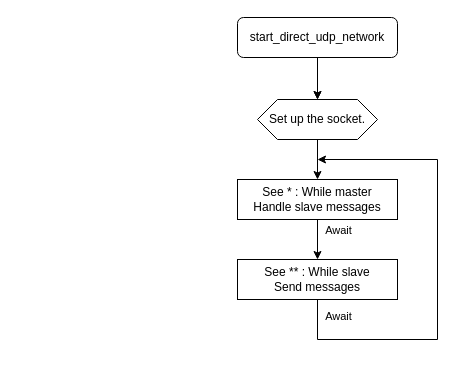
Adriaeik/TTK4145-Prosjekt-AIS keeps this draw.io diagram as page "UDP_direct" (4 of 11) of elevator_pro_rebrand/Flowcharts/elevatorpro.drawio. Above is the earlier version. Source tidied: cells renumbered, new cells numbered last; positions are measured from the earlier drawing's top-left corner, leaving out a move shared by most shapes. Both pictures are drawn from the tidied source at 100%, with x=0, y=0 at pixel (237, 17).
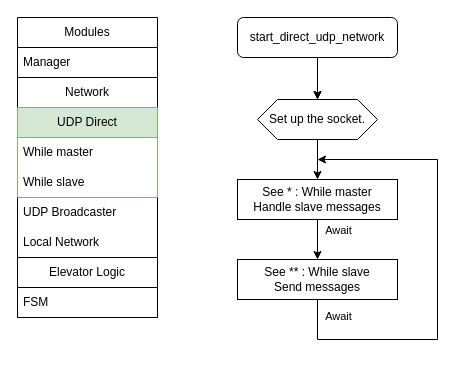
After the change.

The edit, as a diff of the source:
```diff
@@
+    <mxCell id="13" value="Modules" style="swimlane;fontStyle=0;horizontal=1;startSize=30;whiteSpace=wrap;html=1;" parent="1" vertex="1">
+      <mxGeometry x="-220" width="140" height="300" as="geometry" />
+    </mxCell>
+    <mxCell id="14" value="Manager" style="text;strokeColor=none;fillColor=none;align=left;verticalAlign=middle;spacingLeft=4;spacingRight=4;overflow=hidden;whiteSpace=wrap;html=1;" parent="13" vertex="1">
+      <mxGeometry y="30" width="140" height="30" as="geometry" />
+    </mxCell>
+    <mxCell id="15" value="Network" style="swimlane;fontStyle=0;horizontal=1;startSize=30;whiteSpace=wrap;html=1;" parent="13" vertex="1">
+      <mxGeometry y="60" width="140" height="180" as="geometry" />
+    </mxCell>
+    <mxCell id="16" value="UDP Direct" style="swimlane;fontStyle=0;horizontal=1;startSize=30;whiteSpace=wrap;html=1;fillColor=#d5e8d4;strokeColor=#82b366;" parent="15" vertex="1">
+      <mxGeometry y="30" width="140" height="90" as="geometry" />
+    </mxCell>
+    <mxCell id="17" value="While master" style="text;strokeColor=none;fillColor=none;align=left;verticalAlign=middle;spacingLeft=4;spacingRight=4;overflow=hidden;whiteSpace=wrap;html=1;" parent="16" vertex="1">
+      <mxGeometry y="30" width="140" height="30" as="geometry" />
+    </mxCell>
+    <mxCell id="18" value="While slave" style="text;strokeColor=none;fillColor=none;align=left;verticalAlign=middle;spacingLeft=4;spacingRight=4;overflow=hidden;whiteSpace=wrap;html=1;" parent="16" vertex="1">
+      <mxGeometry y="60" width="140" height="30" as="geometry" />
+    </mxCell>
+    <mxCell id="19" value="UDP Broadcaster" style="text;strokeColor=none;fillColor=none;align=left;verticalAlign=middle;spacingLeft=4;spacingRight=4;overflow=hidden;whiteSpace=wrap;html=1;" parent="15" vertex="1">
+      <mxGeometry y="120" width="140" height="30" as="geometry" />
+    </mxCell>
+    <mxCell id="20" value="Local Network" style="text;strokeColor=none;fillColor=none;align=left;verticalAlign=middle;spacingLeft=4;spacingRight=4;overflow=hidden;whiteSpace=wrap;html=1;" parent="15" vertex="1">
+      <mxGeometry y="150" width="140" height="30" as="geometry" />
+    </mxCell>
+    <mxCell id="21" value="Elevator Logic" style="swimlane;fontStyle=0;horizontal=1;startSize=30;whiteSpace=wrap;html=1;" parent="13" vertex="1">
+      <mxGeometry y="240" width="140" height="60" as="geometry" />
+    </mxCell>
+    <mxCell id="22" value="FSM" style="text;strokeColor=none;fillColor=none;align=left;verticalAlign=middle;spacingLeft=4;spacingRight=4;overflow=hidden;whiteSpace=wrap;html=1;" parent="21" vertex="1">
+      <mxGeometry y="30" width="140" height="30" as="geometry" />
+    </mxCell>
```
